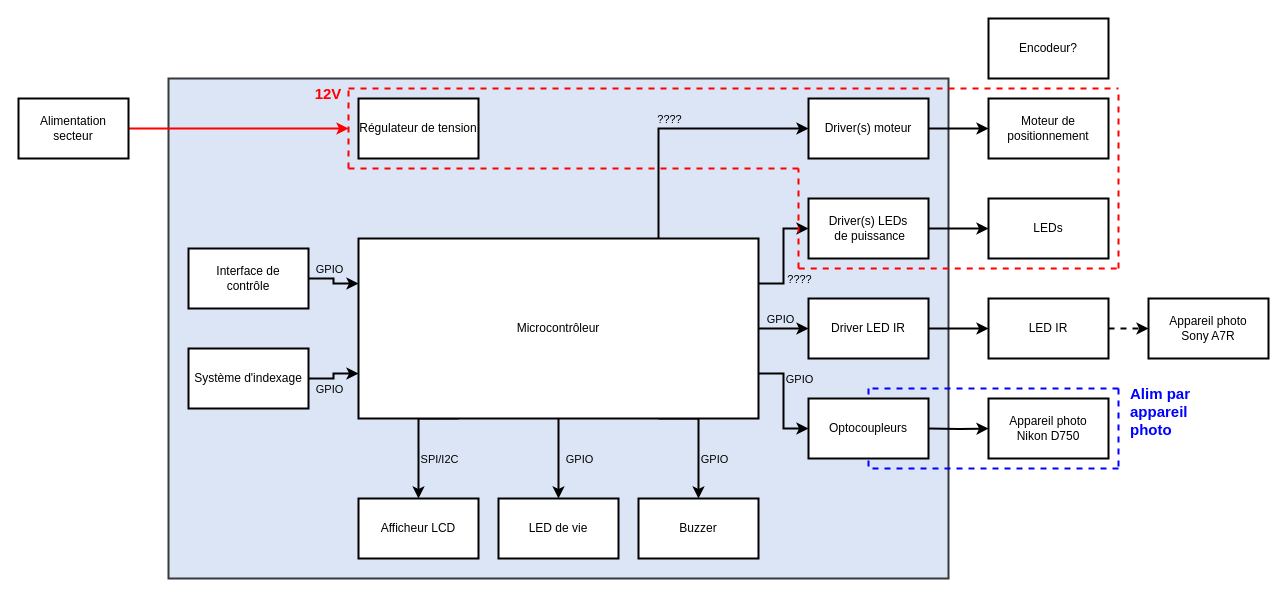
Before: doc/Diagrammes/SchemaBlocDetaille.drawio in Belprot/2309_AutomatisationPriseImageRTI, a draw.io diagram. Source tidied: cells renumbered, new cells numbered last; positions are measured from the earlier drawing's top-left corner, leaving out a move shared by most shapes. Both pictures are drawn from the tidied source at 100%, with x=0, y=0 at pixel (18, 18).
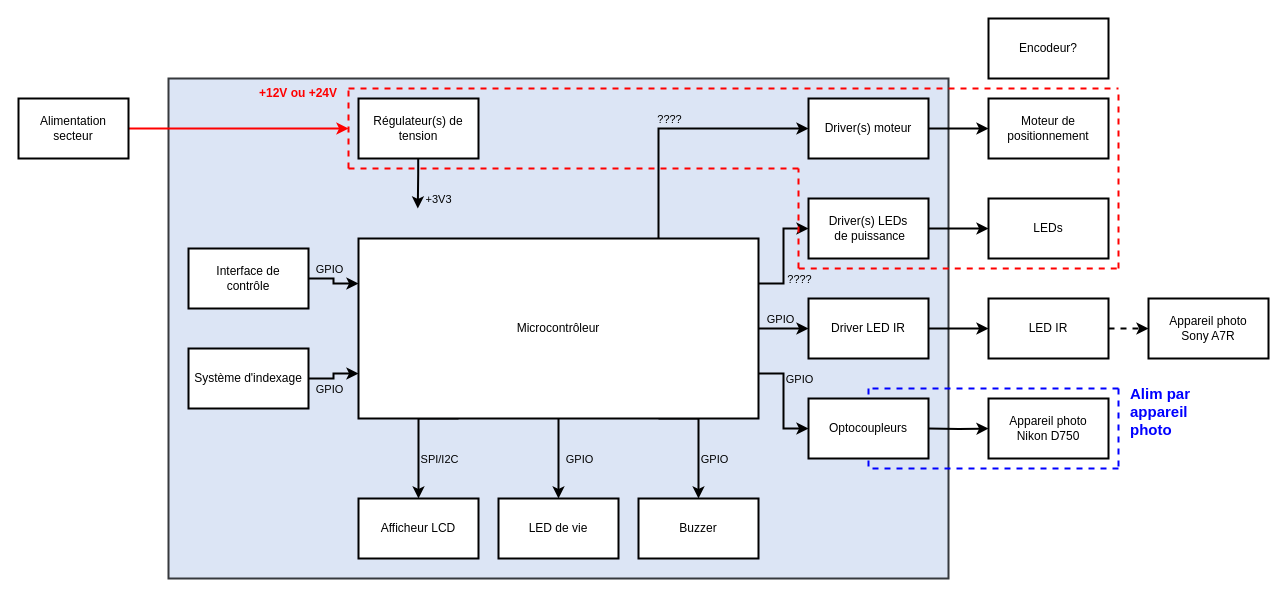
The same diagram, later.

Change to the diagram source:
```diff
@@
+    <mxCell id="57" style="edgeStyle=orthogonalEdgeStyle;rounded=0;orthogonalLoop=1;jettySize=auto;html=1;exitX=0.5;exitY=1;exitDx=0;exitDy=0;entryX=0.32;entryY=0.26;entryDx=0;entryDy=0;entryPerimeter=0;strokeWidth=2;" parent="1" edge="1">
+      <mxGeometry relative="1" as="geometry">
+        <mxPoint x="399.7" y="140" as="sourcePoint" />
+        <mxPoint x="399.3" y="190" as="targetPoint" />
+        <Array as="points">
+          <mxPoint x="399.7" y="155" />
+        </Array>
+      </mxGeometry>
+    </mxCell>
+    <mxCell id="58" value="&lt;div&gt;+3V3&lt;/div&gt;" style="edgeLabel;html=1;align=center;verticalAlign=middle;labelBackgroundColor=none;" parent="57" vertex="1">
+      <mxGeometry x="-0.21" y="1" relative="1" as="geometry">
+        <mxPoint x="19" y="20" as="offset" />
+      </mxGeometry>
+    </mxCell>
-    <mxCell id="13" value="Régulateur de tension" style="rounded=0;whiteSpace=wrap;html=1;strokeWidth=2;" parent="1" vertex="1">
+    <mxCell id="13" value="Régulateur(s) de tension" style="rounded=0;whiteSpace=wrap;html=1;strokeWidth=2;" parent="1" vertex="1">
       <mxGeometry x="340" y="80" width="120" height="60" as="geometry" />
     </mxCell>
@@
-    <mxCell id="54" value="12V" style="text;html=1;strokeColor=none;fillColor=none;align=center;verticalAlign=middle;whiteSpace=wrap;rounded=0;fontColor=#FF0000;fontStyle=1;fontSize=15;" parent="1" vertex="1">
-      <mxGeometry x="280" y="60" width="60" height="30" as="geometry" />
-    </mxCell>
@@
+    <mxCell id="59" value="+12V ou +24V" style="text;html=1;strokeColor=none;fillColor=none;align=center;verticalAlign=middle;whiteSpace=wrap;rounded=0;fontStyle=1;fontColor=#FF0000;" parent="1" vertex="1">
+      <mxGeometry x="230" y="60" width="100" height="30" as="geometry" />
+    </mxCell>
```
